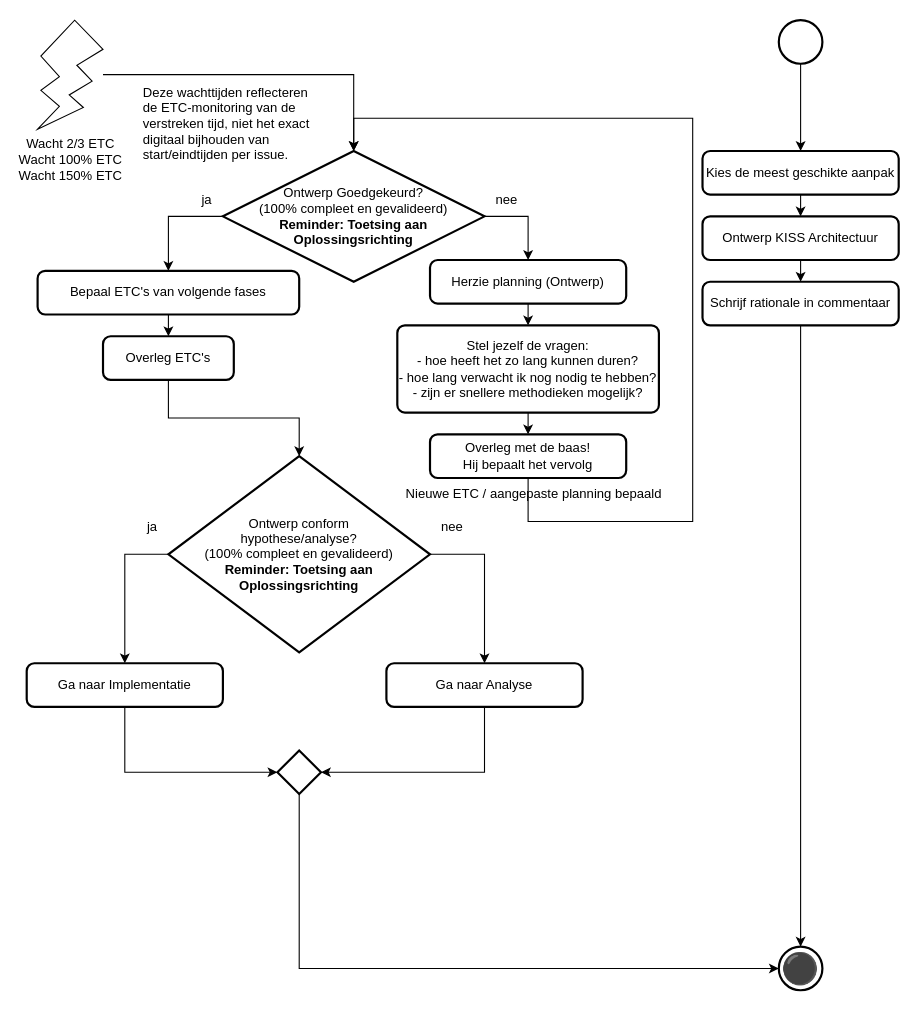
Above: 3 Issue Tracker ontwerp.drawio in Zaibatsu89/IssueTracker (draw.io), before the change. Source tidied: cells renumbered, new cells numbered last; positions are measured from the earlier drawing's top-left corner, leaving out a move shared by most shapes. Both pictures are drawn from the tidied source at 109%, with x=0, y=0 at pixel (26, 20).
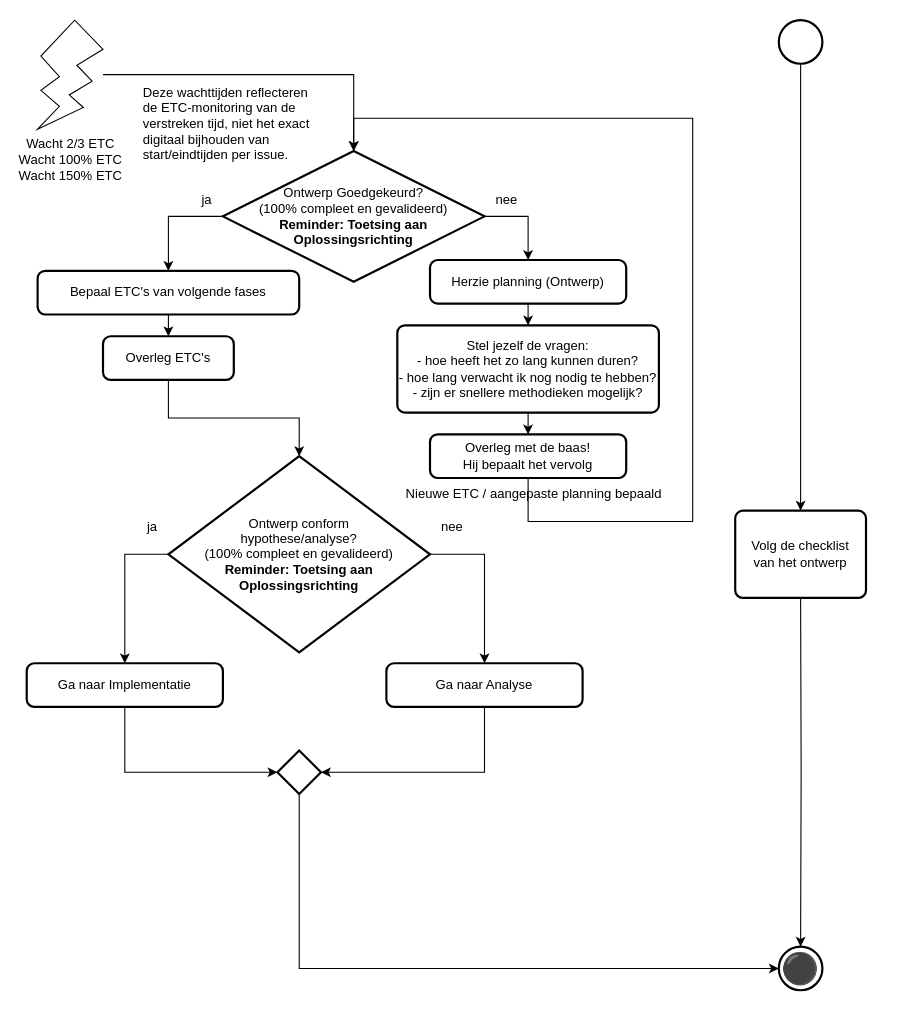
Above is the later version.

Commit message (it also covers changes not shown here):
"Bedenk oplossingen" en "Kies de beste oplossing" toevoegen in analyse flowcharts

The change refers to these unchanged cells:
```xml
<mxCell id="20" value="⚫" style="strokeWidth=2;html=1;shape=mxgraph.flowchart.start_2;whiteSpace=wrap;fontSize=28;" parent="1" vertex="1">
  <mxGeometry x="690" y="850" width="40" height="40" as="geometry" />
</mxCell>
```

The edit, as a diff of the source:
```diff
@@
-    <mxCell id="4" style="edgeStyle=orthogonalEdgeStyle;rounded=0;jettySize=auto;html=1;exitX=0.5;exitY=1;exitDx=0;exitDy=0;entryX=0.5;entryY=0;entryDx=0;entryDy=0;" parent="1" edge="1" source="5" target="7">
-      <mxGeometry relative="1" as="geometry" />
-    </mxCell>
-    <mxCell id="5" value="Kies de meest geschikte aanpak" style="rounded=1;whiteSpace=wrap;html=1;absoluteArcSize=1;arcSize=14;strokeWidth=2;" parent="1" vertex="1">
-      <mxGeometry x="620" y="120" width="180" height="40" as="geometry" />
+    <mxCell id="5" value="Volg de checklist&lt;br&gt;van het ontwerp" style="rounded=1;whiteSpace=wrap;html=1;absoluteArcSize=1;arcSize=14;strokeWidth=2;" parent="1" vertex="1">
+      <mxGeometry x="650" y="450" width="120" height="80" as="geometry" />
     </mxCell>
-    <mxCell id="6" style="edgeStyle=orthogonalEdgeStyle;rounded=0;jettySize=auto;html=1;exitX=0.5;exitY=1;exitDx=0;exitDy=0;entryX=0.5;entryY=0;entryDx=0;entryDy=0;" parent="1" edge="1" source="7" target="8">
-      <mxGeometry relative="1" as="geometry" />
-    </mxCell>
-    <mxCell id="7" value="Ontwerp KISS Architectuur" style="rounded=1;whiteSpace=wrap;html=1;absoluteArcSize=1;arcSize=14;strokeWidth=2;" parent="1" vertex="1">
-      <mxGeometry x="620" y="180" width="180" height="40" as="geometry" />
-    </mxCell>
-    <mxCell id="8" value="Schrijf rationale in commentaar" style="rounded=1;whiteSpace=wrap;html=1;absoluteArcSize=1;arcSize=14;strokeWidth=2;" parent="1" vertex="1">
-      <mxGeometry x="620" y="240" width="180" height="40" as="geometry" />
-    </mxCell>
@@
-    <mxCell id="29" value="Stel jezelf de vragen:&lt;div&gt;- hoe heeft het zo lang kunnen duren?&lt;/div&gt;&lt;div&gt;- hoe lang verwacht ik nog nodig te hebben?&lt;/div&gt;&lt;div&gt;- zijn er snellere methodieken mogelijk?&lt;/div&gt;" style="rounded=1;whiteSpace=wrap;html=1;absoluteArcSize=1;arcSize=14;strokeWidth=2;" parent="1" vertex="1">
+    <mxCell id="29" value="Stel jezelf de vragen:&lt;br&gt;- hoe heeft het zo lang kunnen duren?&lt;br&gt;- hoe lang verwacht ik nog nodig te hebben?&lt;br&gt;- zijn er snellere methodieken mogelijk?" style="rounded=1;whiteSpace=wrap;html=1;absoluteArcSize=1;arcSize=14;strokeWidth=2;" parent="1" vertex="1">
       <mxGeometry x="340" y="280" width="240" height="80" as="geometry" />
     </mxCell>
@@
-    <mxCell id="35" style="edgeStyle=orthogonalEdgeStyle;rounded=0;jettySize=auto;html=1;exitX=0.5;exitY=1;exitDx=0;exitDy=0;entryX=0.5;entryY=0;entryDx=0;entryDy=0;entryPerimeter=0;" parent="1" edge="1" source="8" target="20">
-      <mxGeometry relative="1" as="geometry" />
+    <mxCell id="35" style="edgeStyle=orthogonalEdgeStyle;rounded=0;jettySize=auto;html=1;entryX=0.5;entryY=0;entryDx=0;entryDy=0;entryPerimeter=0;" parent="1" edge="1" target="20">
+      <mxGeometry relative="1" as="geometry">
+        <mxPoint x="710" y="530" as="sourcePoint" />
+      </mxGeometry>
     </mxCell>
```
